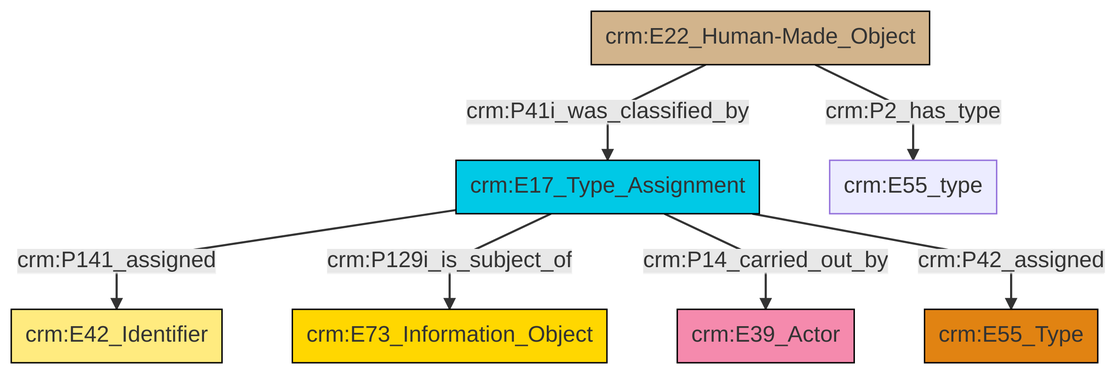
Above: et/builtWorkCSV/ttl/mmd/png/Built_Work_designation_status.png in swiss-art-research-net/reference-data-models (Mermaid), before the change. Its source is kept beside it as et/builtWorkCSV/ttl/mmd/Built_Work_designation_status.ttl.mmd.
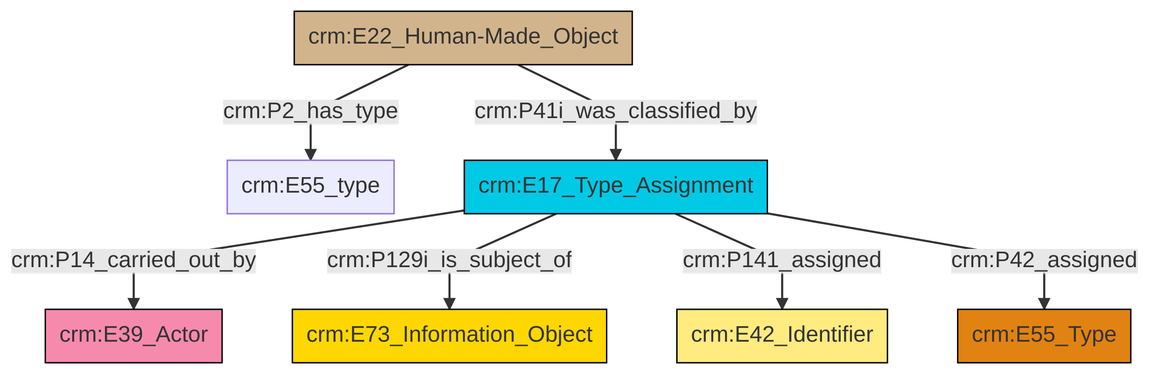
The same diagram one commit later.

The edit, as a diff of the source:
```diff
@@ -13,9 +13,9 @@
 classDef PC_Classes fill:#4ce600, stroke:#000000;
 classDef Multi fill:#cccccc,stroke:#000000;
 
-6["crm:E17_Type_Assignment"]:::Temporal_Entity -->|crm:P141_assigned| 4["crm:E42_Identifier"]:::Appellation
-6["crm:E17_Type_Assignment"]:::Temporal_Entity -->|crm:P129i_is_subject_of| 2["crm:E73_Information_Object"]:::Conceptual_Object
-6["crm:E17_Type_Assignment"]:::Temporal_Entity -->|crm:P14_carried_out_by| 8["crm:E39_Actor"]:::Actor
-12["crm:E22_Human-Made_Object"]:::Physical_Thing -->|crm:P41i_was_classified_by| 6["crm:E17_Type_Assignment"]:::Temporal_Entity
+2["crm:E22_Human-Made_Object"]:::Physical_Thing -->|crm:P2_has_type| 3["crm:E55_type"]:::Default
+6["crm:E17_Type_Assignment"]:::Temporal_Entity -->|crm:P14_carried_out_by| 4["crm:E39_Actor"]:::Actor
+6["crm:E17_Type_Assignment"]:::Temporal_Entity -->|crm:P129i_is_subject_of| 7["crm:E73_Information_Object"]:::Conceptual_Object
+6["crm:E17_Type_Assignment"]:::Temporal_Entity -->|crm:P141_assigned| 8["crm:E42_Identifier"]:::Appellation
 6["crm:E17_Type_Assignment"]:::Temporal_Entity -->|crm:P42_assigned| 0["crm:E55_Type"]:::Type
-12["crm:E22_Human-Made_Object"]:::Physical_Thing -->|crm:P2_has_type| 9["crm:E55_type"]:::Default
+2["crm:E22_Human-Made_Object"]:::Physical_Thing -->|crm:P41i_was_classified_by| 6["crm:E17_Type_Assignment"]:::Temporal_Entity
```
